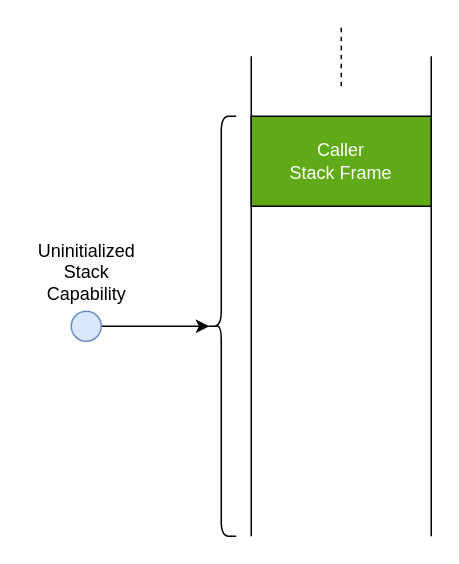
Earlier version of the draw.io diagram drawio/secret-on-stack-1.drawio (capt-hb/thesis). Source tidied: cells renumbered, new cells numbered last; positions are measured from the earlier drawing's top-left corner, leaving out a move shared by most shapes. Both pictures are drawn from the tidied source at 150%, with x=0, y=0 at pixel (26, 26).
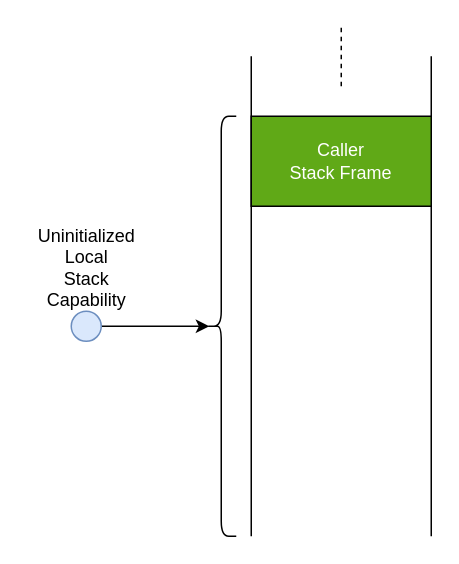
Above is the later version.

Diff of the diagram source:
```diff
@@
 <mxGraphModel>
   <root>
     <mxCell id="0" />
     <mxCell id="1" parent="0" />
     <mxCell id="2" style="endArrow=none;html=1;" parent="1" edge="1">
       <mxGeometry relative="1" as="geometry">
         <mxPoint x="150" y="340" as="sourcePoint" />
         <mxPoint x="150" y="20" as="targetPoint" />
       </mxGeometry>
     </mxCell>
     <mxCell id="3" style="endArrow=none;html=1;" parent="1" edge="1">
       <mxGeometry relative="1" as="geometry">
         <mxPoint x="270" y="340" as="sourcePoint" />
         <mxPoint x="270" y="20" as="targetPoint" />
       </mxGeometry>
     </mxCell>
     <mxCell id="4" style="endArrow=none;dashed=1;html=1;" parent="1" edge="1">
       <mxGeometry relative="1" as="geometry">
         <mxPoint x="210" y="40" as="sourcePoint" />
         <mxPoint x="210" as="targetPoint" />
       </mxGeometry>
     </mxCell>
     <mxCell id="5" value="Caller&lt;br&gt;Stack Frame" style="rounded=0;whiteSpace=wrap;html=1;strokeColor=#000000;align=center;fillColor=#60a917;fontColor=#ffffff;" parent="1" vertex="1">
       <mxGeometry x="150" y="60" width="120" height="60" as="geometry" />
     </mxCell>
     <mxCell id="6" style="edgeStyle=orthogonalEdgeStyle;rounded=0;jettySize=auto;html=1;entryX=0.1;entryY=0.5;entryDx=0;entryDy=0;entryPerimeter=0;" parent="1" edge="1" source="7" target="8">
       <mxGeometry relative="1" as="geometry" />
     </mxCell>
     <mxCell id="7" style="ellipse;whiteSpace=wrap;html=1;strokeColor=#6c8ebf;align=center;fillColor=#dae8fc;" parent="1" vertex="1">
       <mxGeometry x="30" y="190" width="20" height="20" as="geometry" />
     </mxCell>
     <mxCell id="8" style="shape=curlyBracket;whiteSpace=wrap;html=1;rounded=1;strokeColor=#000000;align=center;" parent="1" vertex="1">
       <mxGeometry x="120" y="60" width="20" height="280" as="geometry" />
     </mxCell>
-    <mxCell id="9" value="Uninitialized&lt;br&gt;Stack&lt;br&gt;Capability" style="text;html=1;align=center;verticalAlign=top;spacingTop=-4;" parent="1" vertex="1">
-      <mxGeometry y="140" width="80" height="40" as="geometry" />
+    <mxCell id="9" value="Uninitialized&lt;br&gt;Local&lt;br&gt;Stack&lt;br&gt;Capability" style="text;html=1;align=center;verticalAlign=top;spacingTop=-4;" parent="1" vertex="1">
+      <mxGeometry y="130" width="80" height="60" as="geometry" />
     </mxCell>
   </root>
 </mxGraphModel>
```
